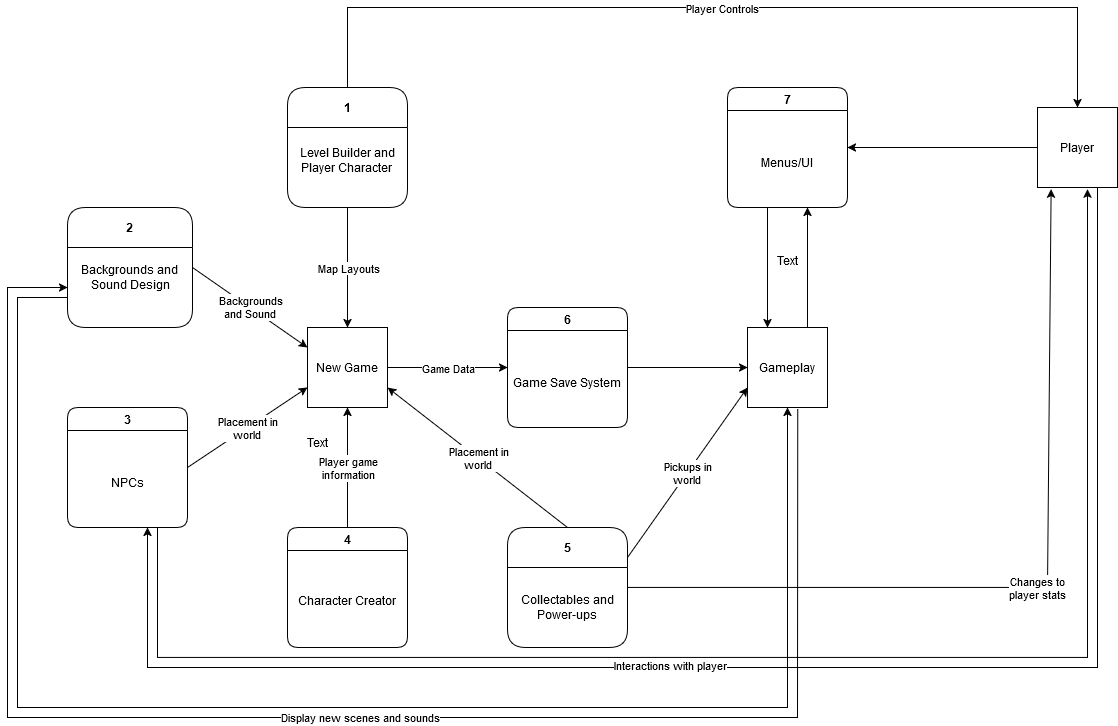
Above: Docs/Data_Flow_Diagram_0.png in GreenSkyGames/Breaking-Red (draw.io), before the change. Source tidied: cells renumbered, new cells last; positions are measured from the earlier drawing's top-left corner, leaving out a move shared by most shapes.
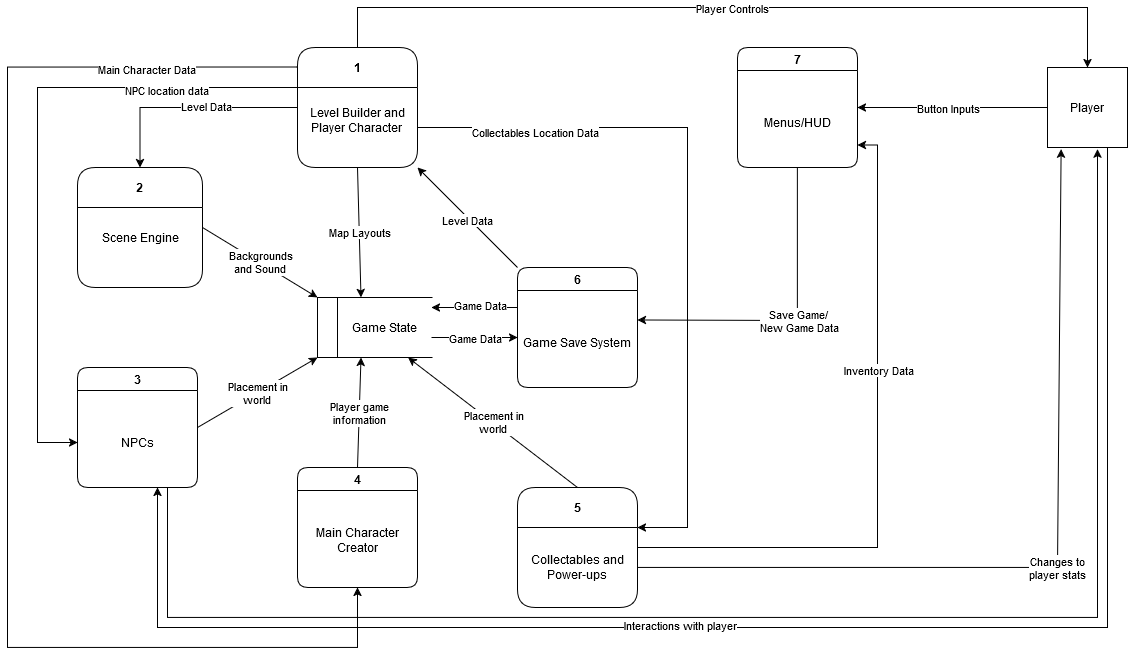
After the change.

What changed in the source:
```diff
@@ -8,14 +8,11 @@
     <mxCell id="3" value="&lt;div&gt;Level Builder and&lt;/div&gt;&lt;div&gt;Player Character&lt;br&gt;&lt;/div&gt;&lt;div&gt;&lt;br&gt;&lt;/div&gt;" style="text;html=1;align=center;verticalAlign=middle;whiteSpace=wrap;rounded=0;" parent="2" vertex="1">
       <mxGeometry y="40" width="120" height="80" as="geometry" />
     </mxCell>
-    <mxCell id="4" value="New Game" style="whiteSpace=wrap;html=1;" parent="1" vertex="1">
-      <mxGeometry x="300" y="320" width="80" height="80" as="geometry" />
-    </mxCell>
     <mxCell id="5" value="2" style="swimlane;whiteSpace=wrap;html=1;startSize=40;rounded=1;" parent="1" vertex="1">
       <mxGeometry x="60" y="200" width="125" height="120" as="geometry" />
     </mxCell>
-    <mxCell id="6" value="&lt;div&gt;Backgrounds and&amp;nbsp;&lt;/div&gt;&lt;div&gt;Sound Design&lt;/div&gt;" style="text;html=1;align=center;verticalAlign=middle;strokeColor=none;fillColor=none;" parent="5" vertex="1">
-      <mxGeometry x="2.5" y="50" width="120" height="40" as="geometry" />
+    <mxCell id="6" value="Scene Engine" style="text;html=1;align=center;verticalAlign=middle;strokeColor=none;fillColor=none;" parent="5" vertex="1">
+      <mxGeometry x="12.5" y="55" width="100" height="30" as="geometry" />
     </mxCell>
     <mxCell id="7" value="3" style="swimlane;whiteSpace=wrap;html=1;rounded=1;" parent="1" vertex="1">
       <mxGeometry x="60" y="400" width="120" height="120" as="geometry" />
@@ -24,9 +21,9 @@
       <mxGeometry y="30" width="120" height="90" as="geometry" />
     </mxCell>
     <mxCell id="9" value="4" style="swimlane;whiteSpace=wrap;html=1;rounded=1;" parent="1" vertex="1">
-      <mxGeometry x="280" y="520" width="120" height="120" as="geometry" />
+      <mxGeometry x="280" y="500" width="120" height="120" as="geometry" />
     </mxCell>
-    <mxCell id="10" value="Character Creator" style="text;html=1;align=center;verticalAlign=middle;whiteSpace=wrap;rounded=0;" parent="9" vertex="1">
+    <mxCell id="10" value="&lt;div&gt;Main Character Creator&lt;/div&gt;" style="text;html=1;align=center;verticalAlign=middle;whiteSpace=wrap;rounded=0;" parent="9" vertex="1">
       <mxGeometry y="25" width="120" height="95" as="geometry" />
     </mxCell>
     <mxCell id="11" value="6" style="swimlane;whiteSpace=wrap;html=1;rounded=1;startSize=23;" parent="1" vertex="1">
@@ -35,35 +32,26 @@
     <mxCell id="12" value="Game Save System" style="text;html=1;align=center;verticalAlign=middle;whiteSpace=wrap;rounded=0;" parent="11" vertex="1">
       <mxGeometry y="30" width="120" height="90" as="geometry" />
     </mxCell>
-    <mxCell id="13" value="Gameplay" style="whiteSpace=wrap;html=1;" parent="1" vertex="1">
-      <mxGeometry x="740" y="320" width="80" height="80" as="geometry" />
-    </mxCell>
     <mxCell id="14" value="7" style="swimlane;whiteSpace=wrap;html=1;rounded=1;" parent="1" vertex="1">
       <mxGeometry x="720" y="80" width="120" height="120" as="geometry" />
     </mxCell>
-    <mxCell id="15" value="Menus/UI" style="text;html=1;align=center;verticalAlign=middle;whiteSpace=wrap;rounded=1;" parent="14" vertex="1">
+    <mxCell id="15" value="Menus/HUD" style="text;html=1;align=center;verticalAlign=middle;whiteSpace=wrap;rounded=1;" parent="14" vertex="1">
       <mxGeometry y="30" width="120" height="90" as="geometry" />
     </mxCell>
-    <mxCell id="16" style="endArrow=classic;html=1;rounded=0;exitX=1;exitY=0.5;exitDx=0;exitDy=0;entryX=0;entryY=0.5;entryDx=0;entryDy=0;" parent="1" edge="1" source="11" target="13">
-      <mxGeometry relative="1" as="geometry" />
-    </mxCell>
-    <mxCell id="17" style="endArrow=classic;html=1;rounded=0;exitX=0.5;exitY=1;exitDx=0;exitDy=0;entryX=0.5;entryY=0;entryDx=0;entryDy=0;" parent="1" edge="1">
-      <mxGeometry relative="1" as="geometry">
-        <mxPoint x="760" y="200" as="sourcePoint" />
-        <mxPoint x="760" y="320" as="targetPoint" />
-      </mxGeometry>
-    </mxCell>
     <mxCell id="18" value="Player" style="whiteSpace=wrap;html=1;" parent="1" vertex="1">
       <mxGeometry x="1030" y="100" width="80" height="80" as="geometry" />
     </mxCell>
     <mxCell id="19" style="endArrow=classic;html=1;rounded=0;exitX=0;exitY=0.5;exitDx=0;exitDy=0;entryX=1;entryY=0.5;entryDx=0;entryDy=0;" parent="1" edge="1" source="18" target="14">
       <mxGeometry relative="1" as="geometry" />
     </mxCell>
+    <mxCell id="49" value="Button Inputs" style="edgeLabel;html=1;align=center;verticalAlign=middle;" parent="19" vertex="1">
+      <mxGeometry x="0.06" relative="1" as="geometry" />
+    </mxCell>
     <mxCell id="20" style="endArrow=classic;html=1;rounded=0;exitX=0.5;exitY=0;exitDx=0;exitDy=0;entryX=0.5;entryY=0;entryDx=0;entryDy=0;" parent="1" edge="1" source="2" target="18">
       <mxGeometry relative="1" as="geometry">
         <Array as="points">
-          <mxPoint x="340" />
-          <mxPoint x="1070" />
+          <mxPoint x="340" y="40" />
+          <mxPoint x="1070" y="40" />
         </Array>
       </mxGeometry>
     </mxCell>
@@ -72,41 +60,33 @@
         <mxPoint x="-1" as="offset" />
       </mxGeometry>
     </mxCell>
-    <mxCell id="22" style="endArrow=classic;html=1;rounded=0;exitX=0.5;exitY=1;exitDx=0;exitDy=0;entryX=0.5;entryY=0;entryDx=0;entryDy=0;" parent="1" edge="1" source="2" target="4">
+    <mxCell id="22" style="endArrow=classic;html=1;rounded=0;exitX=0.5;exitY=1;exitDx=0;exitDy=0;entryX=0;entryY=0.75;entryDx=0;entryDy=0;" parent="1" edge="1" source="2" target="54">
       <mxGeometry relative="1" as="geometry" />
     </mxCell>
     <mxCell id="23" value="Map Layouts" style="edgeLabel;html=1;align=center;verticalAlign=middle;" parent="22" vertex="1">
       <mxGeometry relative="1" as="geometry" />
     </mxCell>
-    <mxCell id="24" style="endArrow=classic;html=1;rounded=0;exitX=1;exitY=0.5;exitDx=0;exitDy=0;entryX=0;entryY=0.25;entryDx=0;entryDy=0;" parent="1" edge="1" source="5" target="4">
+    <mxCell id="24" style="endArrow=classic;html=1;rounded=0;exitX=1;exitY=0.5;exitDx=0;exitDy=0;entryX=0;entryY=1;entryDx=0;entryDy=0;" parent="1" edge="1" source="5" target="53">
       <mxGeometry relative="1" as="geometry" />
     </mxCell>
     <mxCell id="25" value="&lt;div&gt;Backgrounds&lt;/div&gt;&lt;div&gt;and Sound&lt;br&gt;&lt;/div&gt;" style="edgeLabel;html=1;align=center;verticalAlign=middle;" parent="24" vertex="1">
       <mxGeometry relative="1" as="geometry" />
     </mxCell>
-    <mxCell id="26" style="endArrow=classic;html=1;rounded=0;exitX=0.5;exitY=0;exitDx=0;exitDy=0;entryX=0.5;entryY=1;entryDx=0;entryDy=0;" parent="1" edge="1" source="9" target="4">
+    <mxCell id="26" style="endArrow=classic;html=1;rounded=0;exitX=0.5;exitY=0;exitDx=0;exitDy=0;entryX=1;entryY=0.75;entryDx=0;entryDy=0;" parent="1" edge="1" source="9" target="54">
       <mxGeometry relative="1" as="geometry" />
     </mxCell>
     <mxCell id="27" value="&lt;div&gt;Player game&lt;/div&gt;&lt;div&gt;information&lt;br&gt;&lt;/div&gt;" style="edgeLabel;html=1;align=center;verticalAlign=middle;" parent="26" vertex="1">
       <mxGeometry relative="1" as="geometry" />
     </mxCell>
-    <mxCell id="28" style="endArrow=classic;html=1;rounded=0;exitX=1;exitY=0.5;exitDx=0;exitDy=0;entryX=0;entryY=0.75;entryDx=0;entryDy=0;" parent="1" edge="1" source="7" target="4">
-      <mxGeometry relative="1" as="geometry" />
-    </mxCell>
-    <mxCell id="29" value="&lt;div&gt;Placement in&lt;/div&gt;&lt;div&gt;world&lt;br&gt;&lt;/div&gt;" style="edgeLabel;html=1;align=center;verticalAlign=middle;" parent="28" vertex="1">
-      <mxGeometry relative="1" as="geometry" />
-    </mxCell>
-    <mxCell id="30" style="endArrow=classic;html=1;rounded=0;exitX=1;exitY=0.5;exitDx=0;exitDy=0;entryX=0;entryY=0.5;entryDx=0;entryDy=0;" parent="1" edge="1" source="4" target="11">
-      <mxGeometry relative="1" as="geometry" />
+    <mxCell id="30" style="endArrow=classic;html=1;rounded=0;exitX=0.5;exitY=0;exitDx=0;exitDy=0;entryX=0;entryY=0.5;entryDx=0;entryDy=0;" parent="1" edge="1">
+      <mxGeometry relative="1" as="geometry">
+        <mxPoint x="414" y="370" as="sourcePoint" />
+        <mxPoint x="500" y="370" as="targetPoint" />
+      </mxGeometry>
     </mxCell>
     <mxCell id="31" value="Game Data" style="edgeLabel;html=1;align=center;verticalAlign=middle;" parent="30" vertex="1">
       <mxGeometry relative="1" as="geometry" />
     </mxCell>
-    <mxCell id="32" style="endArrow=classic;html=1;rounded=0;exitX=0.75;exitY=0;exitDx=0;exitDy=0;" parent="1" edge="1" source="13">
-      <mxGeometry relative="1" as="geometry">
-        <mxPoint x="800" y="200" as="targetPoint" />
-      </mxGeometry>
-    </mxCell>
     <mxCell id="33" style="endArrow=classic;html=1;rounded=0;exitX=0.75;exitY=1;exitDx=0;exitDy=0;entryX=0.625;entryY=1.021;entryDx=0;entryDy=0;entryPerimeter=0;" parent="1" edge="1" source="7" target="18">
       <mxGeometry relative="1" as="geometry">
         <Array as="points">
@@ -128,63 +108,117 @@
     <mxCell id="35" value="Interactions with player" style="edgeLabel;html=1;align=center;verticalAlign=middle;" parent="34" vertex="1">
       <mxGeometry x="0.16" y="-3" relative="1" as="geometry" />
     </mxCell>
-    <mxCell id="36" style="endArrow=classic;html=1;rounded=0;exitX=0;exitY=0.75;exitDx=0;exitDy=0;entryX=0.5;entryY=1;entryDx=0;entryDy=0;" parent="1" edge="1" source="5" target="13">
-      <mxGeometry relative="1" as="geometry">
-        <Array as="points">
-          <mxPoint x="10" y="290" />
-          <mxPoint x="10" y="700" />
-          <mxPoint x="780" y="700" />
-        </Array>
-      </mxGeometry>
-    </mxCell>
+    <mxCell id="50" style="edgeStyle=orthogonalEdgeStyle;rounded=0;jettySize=auto;html=1;exitX=1;exitY=0.25;exitDx=0;exitDy=0;entryX=1;entryY=0.75;entryDx=0;entryDy=0;" parent="1" edge="1" source="38" target="15">
+      <mxGeometry relative="1" as="geometry">
+        <Array as="points">
+          <mxPoint x="860" y="580" />
+          <mxPoint x="860" y="178" />
+        </Array>
+      </mxGeometry>
+    </mxCell>
+    <mxCell id="51" value="Inventory Data" style="edgeLabel;html=1;align=center;verticalAlign=middle;" parent="50" vertex="1">
+      <mxGeometry x="0.26" relative="1" as="geometry" />
+    </mxCell>
     <mxCell id="37" value="5" style="swimlane;whiteSpace=wrap;html=1;startSize=40;rounded=1;" parent="1" vertex="1">
       <mxGeometry x="500" y="520" width="120" height="120" as="geometry" />
     </mxCell>
     <mxCell id="38" value="&lt;div&gt;Collectables and&lt;/div&gt;&lt;div&gt;Power-ups&lt;br&gt;&lt;/div&gt;" style="text;html=1;align=center;verticalAlign=middle;whiteSpace=wrap;rounded=0;" parent="37" vertex="1">
       <mxGeometry y="40" width="120" height="80" as="geometry" />
     </mxCell>
-    <mxCell id="39" style="endArrow=classic;html=1;rounded=0;entryX=1;entryY=0.75;entryDx=0;entryDy=0;exitX=0.5;exitY=0;exitDx=0;exitDy=0;" parent="1" edge="1" source="37" target="4">
+    <mxCell id="39" style="endArrow=classic;html=1;rounded=0;entryX=1;entryY=0.25;entryDx=0;entryDy=0;exitX=0.5;exitY=0;exitDx=0;exitDy=0;" parent="1" edge="1" source="37" target="54">
       <mxGeometry relative="1" as="geometry" />
     </mxCell>
     <mxCell id="40" value="&lt;div&gt;Placement in&lt;/div&gt;&lt;div&gt;world&lt;br&gt;&lt;/div&gt;" style="edgeLabel;html=1;align=center;verticalAlign=middle;" parent="39" vertex="1">
       <mxGeometry relative="1" as="geometry" />
     </mxCell>
-    <mxCell id="41" style="endArrow=classic;html=1;rounded=0;exitX=0.628;exitY=1.025;exitDx=0;exitDy=0;exitPerimeter=0;" parent="1" edge="1" source="13">
-      <mxGeometry relative="1" as="geometry">
-        <mxPoint x="60" y="280" as="targetPoint" />
-        <Array as="points">
-          <mxPoint x="790" y="710" />
-          <mxPoint y="710" />
-          <mxPoint y="280" />
-        </Array>
-      </mxGeometry>
-    </mxCell>
-    <mxCell id="42" value="Display new scenes and sounds" style="edgeLabel;html=1;align=center;verticalAlign=middle;" parent="41" vertex="1">
-      <mxGeometry x="-0.06" y="-1" relative="1" as="geometry">
-        <mxPoint x="-1" as="offset" />
-      </mxGeometry>
-    </mxCell>
-    <mxCell id="43" style="endArrow=classic;html=1;rounded=0;exitX=1;exitY=0.5;exitDx=0;exitDy=0;entryX=0.17;entryY=1.021;entryDx=0;entryDy=0;entryPerimeter=0;" parent="1" edge="1" source="37" target="18">
+    <mxCell id="43" style="endArrow=classic;html=1;rounded=0;exitX=1;exitY=0.5;exitDx=0;exitDy=0;entryX=0.17;entryY=1.021;entryDx=0;entryDy=0;entryPerimeter=0;" parent="1" edge="1" source="38" target="18">
       <mxGeometry relative="1" as="geometry">
         <Array as="points">
-          <mxPoint x="1040" y="580" />
+          <mxPoint x="1040" y="600" />
         </Array>
       </mxGeometry>
     </mxCell>
     <mxCell id="44" value="&lt;div&gt;Changes to&lt;/div&gt;&lt;div&gt;player stats&lt;br&gt;&lt;/div&gt;" style="edgeLabel;html=1;align=center;verticalAlign=middle;" parent="43" vertex="1">
       <mxGeometry relative="1" as="geometry" />
     </mxCell>
-    <mxCell id="45" style="endArrow=classic;html=1;rounded=0;exitX=1;exitY=0.25;exitDx=0;exitDy=0;entryX=0;entryY=0.75;entryDx=0;entryDy=0;" parent="1" edge="1" source="37" target="13">
-      <mxGeometry relative="1" as="geometry" />
-    </mxCell>
-    <mxCell id="46" value="&lt;div&gt;Pickups in&lt;/div&gt;&lt;div&gt;world&lt;br&gt;&lt;/div&gt;" style="edgeLabel;html=1;align=center;verticalAlign=middle;" parent="45" vertex="1">
-      <mxGeometry relative="1" as="geometry" />
-    </mxCell>
-    <mxCell id="47" value="Text" style="text;html=1;align=center;verticalAlign=middle;strokeColor=none;fillColor=none;" parent="1" vertex="1">
-      <mxGeometry x="760" y="238" width="40" height="30" as="geometry" />
-    </mxCell>
-    <mxCell id="48" value="Text" style="text;html=1;align=center;verticalAlign=middle;whiteSpace=wrap;rounded=0;" parent="1" vertex="1">
-      <mxGeometry x="280" y="420" width="60" height="30" as="geometry" />
-    </mxCell>
+    <mxCell id="52" style="endArrow=classic;html=1;rounded=0;exitX=1;exitY=0.5;exitDx=0;exitDy=0;entryX=1;entryY=1;entryDx=0;entryDy=0;" parent="1" edge="1" source="7" target="53">
+      <mxGeometry relative="1" as="geometry" />
+    </mxCell>
+    <mxCell id="29" value="&lt;div&gt;Placement in&lt;/div&gt;&lt;div&gt;world&lt;br&gt;&lt;/div&gt;" style="edgeLabel;html=1;align=center;verticalAlign=middle;" parent="52" vertex="1">
+      <mxGeometry relative="1" as="geometry" />
+    </mxCell>
+    <mxCell id="53" style="shape=partialRectangle;whiteSpace=wrap;html=1;bottom=1;right=1;left=1;top=0;fillColor=none;routingCenterX=-0.5;direction=south;" parent="1" vertex="1">
+      <mxGeometry x="300" y="330" width="54" height="60" as="geometry" />
+    </mxCell>
+    <mxCell id="54" value="Game State" style="shape=partialRectangle;whiteSpace=wrap;html=1;bottom=1;right=1;left=1;top=0;fillColor=none;routingCenterX=-0.5;direction=south;" parent="1" vertex="1">
+      <mxGeometry x="320" y="330" width="94" height="60" as="geometry" />
+    </mxCell>
+    <mxCell id="55" style="endArrow=classic;html=1;rounded=0;exitX=0;exitY=0;exitDx=0;exitDy=0;entryX=0;entryY=0;entryDx=0;entryDy=0;" parent="1" edge="1">
+      <mxGeometry relative="1" as="geometry">
+        <mxPoint x="500" y="340" as="sourcePoint" />
+        <mxPoint x="414" y="340" as="targetPoint" />
+      </mxGeometry>
+    </mxCell>
+    <mxCell id="56" value="Game Data" style="edgeLabel;html=1;align=center;verticalAlign=middle;" parent="55" vertex="1">
+      <mxGeometry x="-0.11" y="-3" relative="1" as="geometry" />
+    </mxCell>
+    <mxCell id="57" style="endArrow=classic;html=1;rounded=0;exitX=0.5;exitY=1;exitDx=0;exitDy=0;entryX=1;entryY=0.25;entryDx=0;entryDy=0;" parent="1" edge="1" source="15" target="12">
+      <mxGeometry relative="1" as="geometry">
+        <Array as="points">
+          <mxPoint x="780" y="353" />
+        </Array>
+      </mxGeometry>
+    </mxCell>
+    <mxCell id="58" value="&lt;div&gt;Save Game/&amp;nbsp;&lt;/div&gt;&lt;div&gt;New Game Data&lt;/div&gt;" style="edgeLabel;html=1;align=center;verticalAlign=middle;" parent="57" vertex="1">
+      <mxGeometry x="-0.03" y="1" relative="1" as="geometry">
+        <mxPoint y="1" as="offset" />
+      </mxGeometry>
+    </mxCell>
+    <mxCell id="59" style="endArrow=classic;html=1;rounded=0;exitX=0;exitY=0;exitDx=0;exitDy=0;entryX=1;entryY=1;entryDx=0;entryDy=0;" parent="1" edge="1" source="11" target="3">
+      <mxGeometry relative="1" as="geometry" />
+    </mxCell>
+    <mxCell id="60" value="&lt;div&gt;Level Data&lt;br&gt;&lt;/div&gt;" style="edgeLabel;html=1;align=center;verticalAlign=middle;" parent="59" vertex="1">
+      <mxGeometry x="-0.02" y="2" relative="1" as="geometry" />
+    </mxCell>
+    <mxCell id="61" style="edgeStyle=orthogonalEdgeStyle;rounded=0;jettySize=auto;html=1;exitX=0;exitY=0.25;exitDx=0;exitDy=0;entryX=0.5;entryY=0;entryDx=0;entryDy=0;" parent="1" edge="1" source="3" target="5">
+      <mxGeometry relative="1" as="geometry" />
+    </mxCell>
+    <mxCell id="62" value="Level Data" style="edgeLabel;html=1;align=center;verticalAlign=middle;" parent="61" vertex="1">
+      <mxGeometry x="-0.15" y="-2" relative="1" as="geometry" />
+    </mxCell>
+    <mxCell id="63" style="edgeStyle=orthogonalEdgeStyle;rounded=0;jettySize=auto;html=1;exitX=-0.007;exitY=0.163;exitDx=0;exitDy=0;entryX=0.5;entryY=1;entryDx=0;entryDy=0;exitPerimeter=0;" parent="1" edge="1" source="2" target="10">
+      <mxGeometry relative="1" as="geometry">
+        <Array as="points">
+          <mxPoint x="-10" y="100" />
+          <mxPoint x="-10" y="680" />
+          <mxPoint x="340" y="680" />
+        </Array>
+      </mxGeometry>
+    </mxCell>
+    <mxCell id="64" value="Main Character Data" style="edgeLabel;html=1;align=center;verticalAlign=middle;" parent="63" vertex="1">
+      <mxGeometry x="-0.76" y="2" relative="1" as="geometry" />
+    </mxCell>
+    <mxCell id="65" style="edgeStyle=orthogonalEdgeStyle;rounded=0;jettySize=auto;html=1;exitX=0;exitY=0;exitDx=0;exitDy=0;entryX=0;entryY=0.5;entryDx=0;entryDy=0;" parent="1" edge="1" source="3" target="8">
+      <mxGeometry relative="1" as="geometry">
+        <Array as="points">
+          <mxPoint x="20" y="120" />
+          <mxPoint x="20" y="475" />
+        </Array>
+      </mxGeometry>
+    </mxCell>
+    <mxCell id="66" value="NPC location data" style="edgeLabel;html=1;align=center;verticalAlign=middle;" parent="65" vertex="1">
+      <mxGeometry x="-0.6" y="2" relative="1" as="geometry" />
+    </mxCell>
+    <mxCell id="67" style="edgeStyle=orthogonalEdgeStyle;rounded=0;jettySize=auto;html=1;exitX=1;exitY=0.5;exitDx=0;exitDy=0;entryX=1;entryY=0;entryDx=0;entryDy=0;" parent="1" edge="1" source="3" target="38">
+      <mxGeometry relative="1" as="geometry">
+        <Array as="points">
+          <mxPoint x="670" y="160" />
+          <mxPoint x="670" y="560" />
+        </Array>
+      </mxGeometry>
+    </mxCell>
+    <mxCell id="68" value="Collectables Location Data" style="edgeLabel;html=1;align=center;verticalAlign=middle;" parent="67" vertex="1">
+      <mxGeometry x="-0.67" y="-4" relative="1" as="geometry" />
+    </mxCell>
   </root>
 </mxGraphModel>
```
